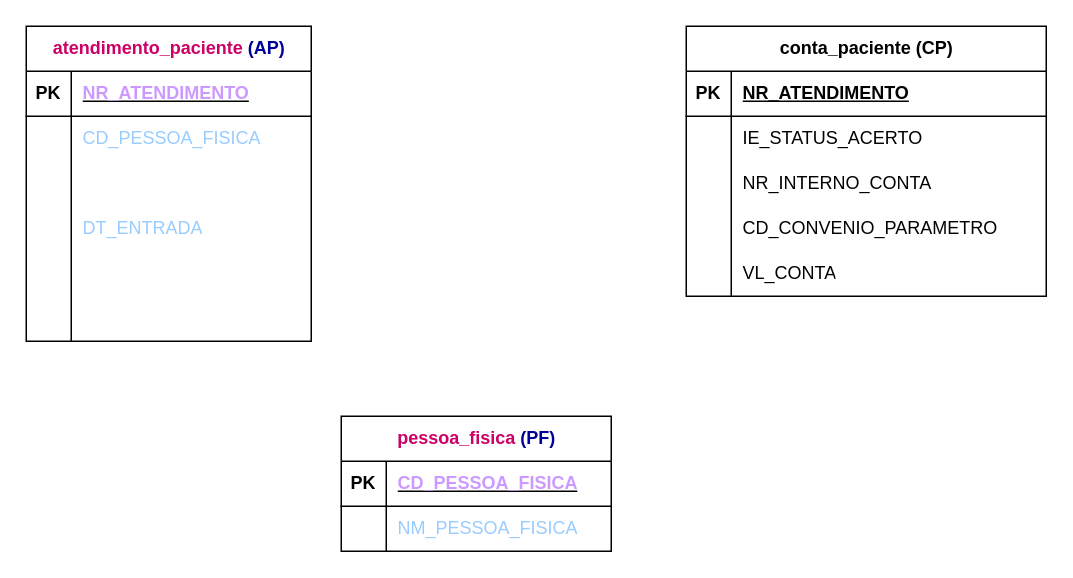
Above: Exercício12.drawio in PatriciaGavloski/diagramas.sql (draw.io), before the change. Source tidied: cells renumbered, new cells numbered last; positions are measured from the earlier drawing's top-left corner, leaving out a move shared by most shapes. Both pictures are drawn from the tidied source at 150%, with x=0, y=0 at pixel (26, 26).
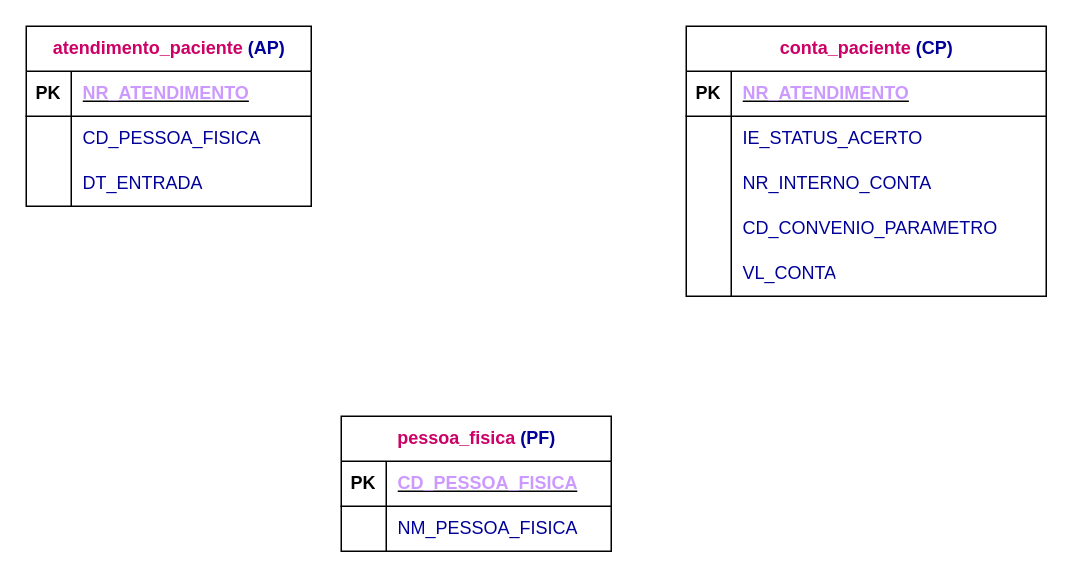
The same page after the edit.

Unchanged cells that the change refers to:
```xml
<mxCell id="3" style="shape=tableRow;horizontal=0;startSize=0;swimlaneHead=0;swimlaneBody=0;fillColor=none;top=0;left=0;right=0;bottom=1;" parent="2" vertex="1">
  <mxGeometry y="30" width="240" height="30" as="geometry" />
</mxCell>
<mxCell id="6" style="shape=tableRow;horizontal=0;startSize=0;swimlaneHead=0;swimlaneBody=0;fillColor=none;top=0;left=0;right=0;bottom=0;" parent="2" vertex="1">
  <mxGeometry y="60" width="240" height="30" as="geometry" />
</mxCell>
<mxCell id="9" style="shape=tableRow;horizontal=0;startSize=0;swimlaneHead=0;swimlaneBody=0;fillColor=none;top=0;left=0;right=0;bottom=0;" parent="2" vertex="1">
  <mxGeometry y="90" width="240" height="30" as="geometry" />
</mxCell>
<mxCell id="12" style="shape=tableRow;horizontal=0;startSize=0;swimlaneHead=0;swimlaneBody=0;fillColor=none;top=0;left=0;right=0;bottom=0;" parent="2" vertex="1">
  <mxGeometry y="120" width="240" height="30" as="geometry" />
</mxCell>
<mxCell id="15" style="shape=tableRow;horizontal=0;startSize=0;swimlaneHead=0;swimlaneBody=0;fillColor=none;top=0;left=0;right=0;bottom=0;" parent="2" vertex="1">
  <mxGeometry y="150" width="240" height="30" as="geometry" />
</mxCell>
<mxCell id="22" style="shape=tableRow;horizontal=0;startSize=0;swimlaneHead=0;swimlaneBody=0;fillColor=none;top=0;left=0;right=0;bottom=0;" parent="18" vertex="1">
  <mxGeometry y="60" width="190" height="30" as="geometry" />
</mxCell>
<mxCell id="41" style="shape=tableRow;horizontal=0;startSize=0;swimlaneHead=0;swimlaneBody=0;fillColor=none;top=0;left=0;right=0;bottom=0;" parent="37" vertex="1">
  <mxGeometry y="60" width="180" height="30" as="geometry" />
</mxCell>
```

Diff of the diagram source:
```diff
@@
-    <mxCell id="2" value="conta_paciente (CP)" style="shape=table;startSize=30;childLayout=tableLayout;rowLines=0;fontStyle=1;align=center;html=1;" parent="1" vertex="1">
+    <mxCell id="2" value="&lt;font color=&quot;#cc0066&quot;&gt;conta_paciente&lt;/font&gt;&lt;font color=&quot;#000099&quot;&gt; (CP)&lt;/font&gt;" style="shape=table;startSize=30;childLayout=tableLayout;rowLines=0;fontStyle=1;align=center;html=1;" parent="1" vertex="1">
       <mxGeometry x="440" width="240" height="180" as="geometry" />
     </mxCell>
@@
-    <mxCell id="5" value="NR_ATENDIMENTO" style="shape=partialRectangle;fillColor=none;top=0;left=0;bottom=0;right=0;align=left;spacingLeft=6;fontStyle=5;overflow=hidden;whiteSpace=wrap;html=1;" parent="3" vertex="1">
+    <mxCell id="5" value="&lt;font color=&quot;#cc99ff&quot;&gt;NR_ATENDIMENTO&lt;/font&gt;" style="shape=partialRectangle;fillColor=none;top=0;left=0;bottom=0;right=0;align=left;spacingLeft=6;fontStyle=5;overflow=hidden;whiteSpace=wrap;html=1;" parent="3" vertex="1">
       <mxGeometry x="30" width="210" height="30" as="geometry" />
     </mxCell>
@@
-    <mxCell id="8" value="IE_STATUS_ACERTO" style="shape=partialRectangle;fillColor=none;top=0;left=0;bottom=0;right=0;align=left;spacingLeft=6;overflow=hidden;whiteSpace=wrap;html=1;" parent="6" vertex="1">
+    <mxCell id="8" value="&lt;font color=&quot;#000099&quot;&gt;IE_STATUS_ACERTO&lt;/font&gt;" style="shape=partialRectangle;fillColor=none;top=0;left=0;bottom=0;right=0;align=left;spacingLeft=6;overflow=hidden;whiteSpace=wrap;html=1;" parent="6" vertex="1">
       <mxGeometry x="30" width="210" height="30" as="geometry" />
     </mxCell>
@@
-    <mxCell id="11" value="NR_INTERNO_CONTA" style="shape=partialRectangle;fillColor=none;top=0;left=0;bottom=0;right=0;align=left;spacingLeft=6;overflow=hidden;whiteSpace=wrap;html=1;" parent="9" vertex="1">
+    <mxCell id="11" value="&lt;font color=&quot;#000099&quot;&gt;NR_INTERNO_CONTA&lt;/font&gt;" style="shape=partialRectangle;fillColor=none;top=0;left=0;bottom=0;right=0;align=left;spacingLeft=6;overflow=hidden;whiteSpace=wrap;html=1;" parent="9" vertex="1">
       <mxGeometry x="30" width="210" height="30" as="geometry" />
     </mxCell>
@@
-    <mxCell id="14" value="CD_CONVENIO_PARAMETRO" style="shape=partialRectangle;fillColor=none;top=0;left=0;bottom=0;right=0;align=left;spacingLeft=6;overflow=hidden;whiteSpace=wrap;html=1;" parent="12" vertex="1">
+    <mxCell id="14" value="&lt;font color=&quot;#000099&quot;&gt;CD_CONVENIO_PARAMETRO&lt;/font&gt;" style="shape=partialRectangle;fillColor=none;top=0;left=0;bottom=0;right=0;align=left;spacingLeft=6;overflow=hidden;whiteSpace=wrap;html=1;" parent="12" vertex="1">
       <mxGeometry x="30" width="210" height="30" as="geometry" />
     </mxCell>
@@
-    <mxCell id="17" value="VL_CONTA" style="shape=partialRectangle;fillColor=none;top=0;left=0;bottom=0;right=0;align=left;spacingLeft=6;overflow=hidden;whiteSpace=wrap;html=1;" parent="15" vertex="1">
+    <mxCell id="17" value="&lt;font color=&quot;#000099&quot;&gt;VL_CONTA&lt;/font&gt;" style="shape=partialRectangle;fillColor=none;top=0;left=0;bottom=0;right=0;align=left;spacingLeft=6;overflow=hidden;whiteSpace=wrap;html=1;" parent="15" vertex="1">
       <mxGeometry x="30" width="210" height="30" as="geometry" />
     </mxCell>
     <mxCell id="18" value="&lt;font color=&quot;#cc0066&quot;&gt;atendimento_paciente &lt;/font&gt;&lt;font color=&quot;#000099&quot;&gt;(AP)&lt;/font&gt;" style="shape=table;startSize=30;childLayout=tableLayout;rowLines=0;fontStyle=1;align=center;html=1;" parent="1" vertex="1">
-      <mxGeometry width="190" height="210" as="geometry" />
+      <mxGeometry width="190" height="120" as="geometry" />
     </mxCell>
@@
-    <mxCell id="24" value="&lt;font color=&quot;#99ccff&quot;&gt;CD_PESSOA_FISICA&lt;/font&gt;" style="shape=partialRectangle;fillColor=none;top=0;left=0;bottom=0;right=0;align=left;spacingLeft=6;overflow=hidden;whiteSpace=wrap;html=1;" parent="22" vertex="1">
+    <mxCell id="24" value="&lt;font color=&quot;#000099&quot;&gt;CD_PESSOA_FISICA&lt;/font&gt;" style="shape=partialRectangle;fillColor=none;top=0;left=0;bottom=0;right=0;align=left;spacingLeft=6;overflow=hidden;whiteSpace=wrap;html=1;" parent="22" vertex="1">
       <mxGeometry x="30" width="160" height="30" as="geometry" />
     </mxCell>
-    <mxCell id="25" style="shape=tableRow;horizontal=0;startSize=0;swimlaneHead=0;swimlaneBody=0;fillColor=none;top=0;left=0;right=0;bottom=0;" parent="18" vertex="1">
-      <mxGeometry y="90" width="190" height="30" as="geometry" />
-    </mxCell>
-    <mxCell id="26" style="shape=partialRectangle;fillColor=none;top=0;left=0;bottom=0;right=0;overflow=hidden;whiteSpace=wrap;html=1;" parent="25" vertex="1">
-      <mxGeometry width="30" height="30" as="geometry" />
-    </mxCell>
-    <mxCell id="27" style="shape=partialRectangle;fillColor=none;top=0;left=0;bottom=0;right=0;align=left;spacingLeft=6;overflow=hidden;whiteSpace=wrap;html=1;" parent="25" vertex="1">
-      <mxGeometry x="30" width="160" height="30" as="geometry" />
-    </mxCell>
     <mxCell id="28" style="shape=tableRow;horizontal=0;startSize=0;swimlaneHead=0;swimlaneBody=0;fillColor=none;top=0;left=0;right=0;bottom=0;" parent="18" vertex="1">
-      <mxGeometry y="120" width="190" height="30" as="geometry" />
+      <mxGeometry y="90" width="190" height="30" as="geometry" />
     </mxCell>
@@
-    <mxCell id="30" value="&lt;font color=&quot;#99ccff&quot;&gt;DT_ENTRADA&lt;/font&gt;" style="shape=partialRectangle;fillColor=none;top=0;left=0;bottom=0;right=0;align=left;spacingLeft=6;overflow=hidden;whiteSpace=wrap;html=1;" parent="28" vertex="1">
+    <mxCell id="30" value="&lt;font color=&quot;#000099&quot;&gt;DT_ENTRADA&lt;/font&gt;" style="shape=partialRectangle;fillColor=none;top=0;left=0;bottom=0;right=0;align=left;spacingLeft=6;overflow=hidden;whiteSpace=wrap;html=1;" parent="28" vertex="1">
       <mxGeometry x="30" width="160" height="30" as="geometry" />
     </mxCell>
-    <mxCell id="31" style="shape=tableRow;horizontal=0;startSize=0;swimlaneHead=0;swimlaneBody=0;fillColor=none;top=0;left=0;right=0;bottom=0;" parent="18" vertex="1">
-      <mxGeometry y="150" width="190" height="30" as="geometry" />
-    </mxCell>
-    <mxCell id="32" style="shape=partialRectangle;fillColor=none;top=0;left=0;bottom=0;right=0;overflow=hidden;whiteSpace=wrap;html=1;" parent="31" vertex="1">
-      <mxGeometry width="30" height="30" as="geometry" />
-    </mxCell>
-    <mxCell id="33" style="shape=partialRectangle;fillColor=none;top=0;left=0;bottom=0;right=0;align=left;spacingLeft=6;overflow=hidden;whiteSpace=wrap;html=1;" parent="31" vertex="1">
-      <mxGeometry x="30" width="160" height="30" as="geometry" />
-    </mxCell>
-    <mxCell id="34" style="shape=tableRow;horizontal=0;startSize=0;swimlaneHead=0;swimlaneBody=0;fillColor=none;top=0;left=0;right=0;bottom=0;" parent="18" vertex="1">
-      <mxGeometry y="180" width="190" height="30" as="geometry" />
-    </mxCell>
-    <mxCell id="35" style="shape=partialRectangle;fillColor=none;top=0;left=0;bottom=0;right=0;overflow=hidden;whiteSpace=wrap;html=1;" parent="34" vertex="1">
-      <mxGeometry width="30" height="30" as="geometry" />
-    </mxCell>
-    <mxCell id="36" style="shape=partialRectangle;fillColor=none;top=0;left=0;bottom=0;right=0;align=left;spacingLeft=6;overflow=hidden;whiteSpace=wrap;html=1;" parent="34" vertex="1">
-      <mxGeometry x="30" width="160" height="30" as="geometry" />
-    </mxCell>
@@
-    <mxCell id="43" value="&lt;font color=&quot;#99ccff&quot;&gt;NM_PESSOA_FISICA&lt;/font&gt;" style="shape=partialRectangle;fillColor=none;top=0;left=0;bottom=0;right=0;align=left;spacingLeft=6;overflow=hidden;whiteSpace=wrap;html=1;" parent="41" vertex="1">
+    <mxCell id="43" value="&lt;font color=&quot;#000099&quot;&gt;NM_PESSOA_FISICA&lt;/font&gt;" style="shape=partialRectangle;fillColor=none;top=0;left=0;bottom=0;right=0;align=left;spacingLeft=6;overflow=hidden;whiteSpace=wrap;html=1;" parent="41" vertex="1">
       <mxGeometry x="30" width="150" height="30" as="geometry" />
     </mxCell>
```
